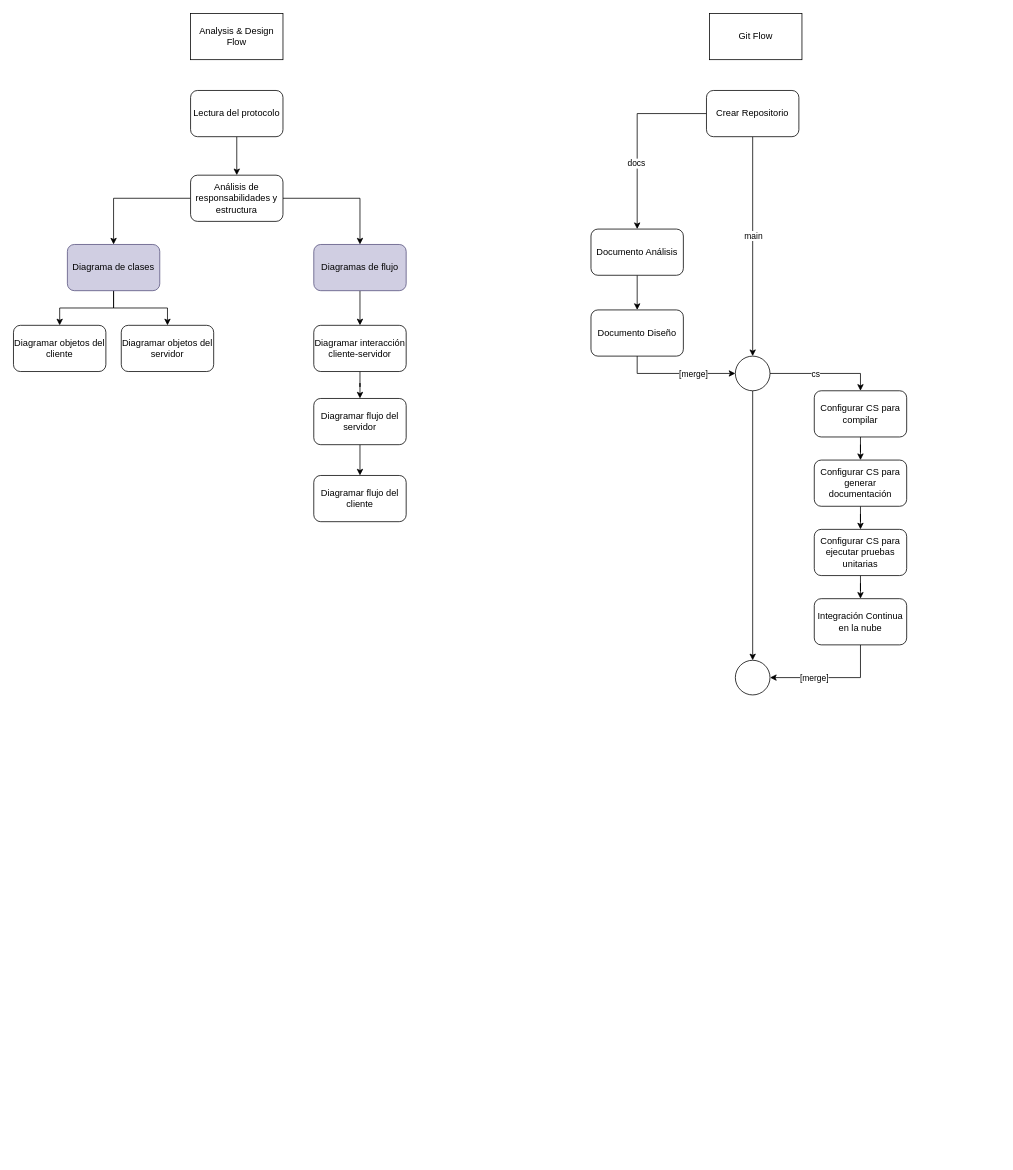
The draw.io diagram Docs/work_flow.drawio in Brayiux/FC_MYP_Proyecto1, before the edit. Source tidied: cells renumbered, new cells numbered last; positions are measured from the earlier drawing's top-left corner, leaving out a move shared by most shapes. Both pictures are drawn from the tidied source at 77%, with x=0, y=0 at pixel (13, 13).
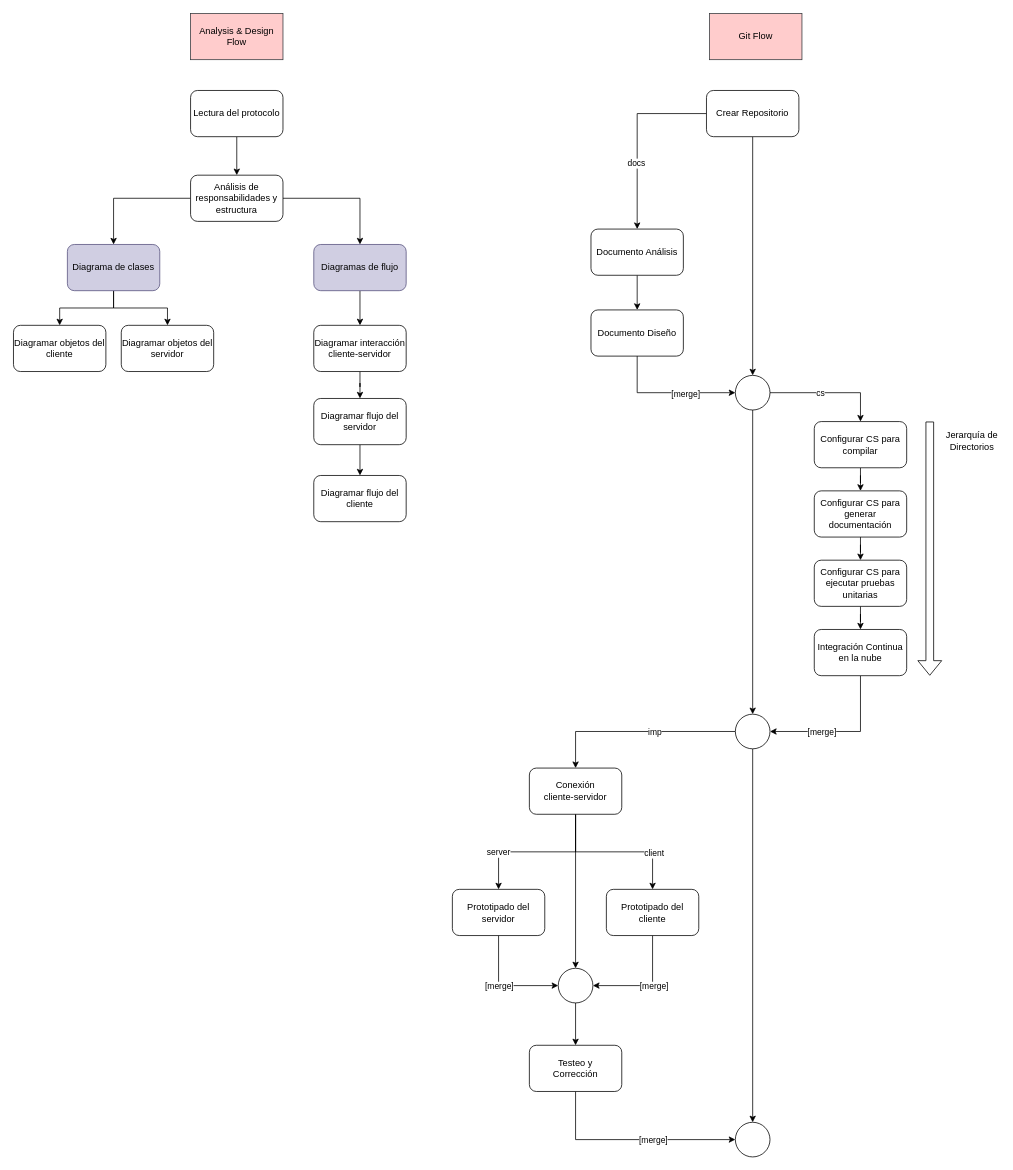
The same page after the edit.

Commit message:
Actualizar flujo de git

Unchanged cells that the change refers to:
```xml
<mxCell id="6" value="Crear Repositorio" style="rounded=1;whiteSpace=wrap;html=1;" parent="1" vertex="1">
  <mxGeometry x="900" y="100" width="120" height="60" as="geometry" />
</mxCell>
<mxCell id="11" value="Documento Diseño" style="rounded=1;whiteSpace=wrap;html=1;" parent="1" vertex="1">
  <mxGeometry x="750" y="385" width="120" height="60" as="geometry" />
</mxCell>
```

What changed in the source:
```diff
@@
-    <mxCell id="2" style="edgeStyle=orthogonalEdgeStyle;rounded=0;jettySize=auto;html=1;entryX=0.5;entryY=0;entryDx=0;entryDy=0;" parent="1" edge="1" source="6" target="15">
-      <mxGeometry relative="1" as="geometry" />
-    </mxCell>
-    <mxCell id="3" value="main" style="edgeLabel;html=1;align=center;verticalAlign=middle;" parent="2" vertex="1">
-      <mxGeometry x="-0.1" relative="1" as="geometry" />
-    </mxCell>
@@
+    <mxCell id="2" style="edgeStyle=orthogonalEdgeStyle;rounded=0;jettySize=auto;html=1;" parent="1" edge="1" source="6" target="15">
+      <mxGeometry relative="1" as="geometry" />
+    </mxCell>
@@
-    <mxCell id="9" style="edgeStyle=orthogonalEdgeStyle;rounded=0;jettySize=auto;html=1;entryX=0;entryY=0.5;entryDx=0;entryDy=0;exitX=0.5;exitY=1;exitDx=0;exitDy=0;" parent="1" edge="1" source="11" target="15">
+    <mxCell id="9" style="edgeStyle=orthogonalEdgeStyle;rounded=0;jettySize=auto;html=1;exitX=0.5;exitY=1;exitDx=0;exitDy=0;entryX=0;entryY=0.5;entryDx=0;entryDy=0;" parent="1" edge="1" source="11" target="15">
       <mxGeometry relative="1" as="geometry" />
     </mxCell>
@@
-    <mxCell id="12" style="edgeStyle=orthogonalEdgeStyle;rounded=0;jettySize=auto;html=1;entryX=0.5;entryY=0;entryDx=0;entryDy=0;" parent="1" edge="1" source="15" target="17">
+    <mxCell id="12" style="edgeStyle=orthogonalEdgeStyle;rounded=0;jettySize=auto;html=1;entryX=0.5;entryY=0;entryDx=0;entryDy=0;exitX=1;exitY=0.5;exitDx=0;exitDy=0;" parent="1" edge="1" source="15" target="17">
       <mxGeometry relative="1" as="geometry" />
     </mxCell>
@@
     <mxCell id="15" style="ellipse;whiteSpace=wrap;html=1;" parent="1" vertex="1">
-      <mxGeometry x="937.5" y="445" width="45" height="45" as="geometry" />
+      <mxGeometry x="937.5" y="470" width="45" height="45" as="geometry" />
     </mxCell>
@@
     <mxCell id="17" value="Configurar CS para compilar" style="rounded=1;whiteSpace=wrap;html=1;" parent="1" vertex="1">
-      <mxGeometry x="1040" y="490" width="120" height="60" as="geometry" />
+      <mxGeometry x="1040" y="530" width="120" height="60" as="geometry" />
     </mxCell>
@@
     <mxCell id="19" value="Configurar CS para generar documentación" style="rounded=1;whiteSpace=wrap;html=1;" parent="1" vertex="1">
-      <mxGeometry x="1040" y="580" width="120" height="60" as="geometry" />
+      <mxGeometry x="1040" y="620" width="120" height="60" as="geometry" />
     </mxCell>
@@
     <mxCell id="21" value="Configurar CS para ejecutar pruebas unitarias" style="rounded=1;whiteSpace=wrap;html=1;" parent="1" vertex="1">
-      <mxGeometry x="1040" y="670" width="120" height="60" as="geometry" />
+      <mxGeometry x="1040" y="710" width="120" height="60" as="geometry" />
     </mxCell>
@@
     <mxCell id="24" value="Integración Continua en la nube" style="whiteSpace=wrap;html=1;rounded=1;" parent="1" vertex="1">
-      <mxGeometry x="1040" y="760" width="120" height="60" as="geometry" />
+      <mxGeometry x="1040" y="800" width="120" height="60" as="geometry" />
     </mxCell>
+    <mxCell id="45" style="edgeStyle=orthogonalEdgeStyle;rounded=0;jettySize=auto;html=1;entryX=0.5;entryY=0;entryDx=0;entryDy=0;" parent="1" edge="1" source="25" target="61">
+      <mxGeometry relative="1" as="geometry" />
+    </mxCell>
+    <mxCell id="46" value="imp" style="edgeLabel;html=1;align=center;verticalAlign=middle;" parent="45" vertex="1">
+      <mxGeometry x="-0.18" relative="1" as="geometry" />
+    </mxCell>
+    <mxCell id="47" style="edgeStyle=orthogonalEdgeStyle;rounded=0;jettySize=auto;html=1;entryX=0.5;entryY=0;entryDx=0;entryDy=0;" parent="1" edge="1" source="25" target="67">
+      <mxGeometry relative="1" as="geometry" />
+    </mxCell>
     <mxCell id="25" style="ellipse;whiteSpace=wrap;html=1;" parent="1" vertex="1">
-      <mxGeometry x="937.5" y="840" width="45" height="45" as="geometry" />
+      <mxGeometry x="937.5" y="910" width="45" height="45" as="geometry" />
     </mxCell>
-    <mxCell id="26" value="Git Flow" style="rounded=0;whiteSpace=wrap;html=1;" parent="1" vertex="1">
+    <mxCell id="26" value="Git Flow" style="rounded=0;whiteSpace=wrap;html=1;fillColor=#ffcccc;strokeColor=#36393d;" parent="1" vertex="1">
       <mxGeometry x="904" width="120" height="60" as="geometry" />
     </mxCell>
-    <mxCell id="27" value="Analysis &amp;amp; Design Flow" style="rounded=0;whiteSpace=wrap;html=1;" parent="1" vertex="1">
+    <mxCell id="27" value="Analysis &amp;amp; Design Flow" style="rounded=0;whiteSpace=wrap;html=1;fillColor=#ffcccc;strokeColor=#36393d;" parent="1" vertex="1">
       <mxGeometry x="230" width="120" height="60" as="geometry" />
     </mxCell>
@@
+    <mxCell id="48" style="edgeStyle=orthogonalEdgeStyle;rounded=0;jettySize=auto;html=1;entryX=1;entryY=0.5;entryDx=0;entryDy=0;exitX=0.5;exitY=1;exitDx=0;exitDy=0;" parent="1" edge="1" source="50" target="63">
+      <mxGeometry relative="1" as="geometry" />
+    </mxCell>
+    <mxCell id="49" value="[merge]" style="edgeLabel;html=1;align=center;verticalAlign=middle;" parent="48" vertex="1">
+      <mxGeometry x="-0.09" y="1" relative="1" as="geometry">
+        <mxPoint x="1" as="offset" />
+      </mxGeometry>
+    </mxCell>
+    <mxCell id="50" value="Prototipado del cliente" style="rounded=1;whiteSpace=wrap;html=1;" parent="1" vertex="1">
+      <mxGeometry x="770" y="1137.5" width="120" height="60" as="geometry" />
+    </mxCell>
+    <mxCell id="51" style="edgeStyle=orthogonalEdgeStyle;rounded=0;jettySize=auto;html=1;entryX=0;entryY=0.5;entryDx=0;entryDy=0;exitX=0.5;exitY=1;exitDx=0;exitDy=0;" parent="1" edge="1" source="53" target="63">
+      <mxGeometry relative="1" as="geometry" />
+    </mxCell>
+    <mxCell id="52" value="[merge]" style="edgeLabel;html=1;align=center;verticalAlign=middle;" parent="51" vertex="1">
+      <mxGeometry x="-0.09" y="-1" relative="1" as="geometry" />
+    </mxCell>
+    <mxCell id="53" value="Prototipado del servidor" style="rounded=1;whiteSpace=wrap;html=1;" parent="1" vertex="1">
+      <mxGeometry x="570" y="1137.5" width="120" height="60" as="geometry" />
+    </mxCell>
+    <mxCell id="54" style="shape=flexArrow;endArrow=classic;html=1;rounded=0;" parent="1" edge="1">
+      <mxGeometry relative="1" as="geometry">
+        <mxPoint x="1190" y="530" as="sourcePoint" />
+        <mxPoint x="1190" y="860" as="targetPoint" />
+      </mxGeometry>
+    </mxCell>
+    <mxCell id="55" value="Jerarquía de Directorios" style="text;html=1;whiteSpace=wrap;strokeColor=none;fillColor=none;align=center;verticalAlign=middle;rounded=0;" parent="1" vertex="1">
+      <mxGeometry x="1210" y="540" width="70" height="30" as="geometry" />
+    </mxCell>
+    <mxCell id="56" style="edgeStyle=orthogonalEdgeStyle;rounded=0;jettySize=auto;html=1;entryX=0.5;entryY=0;entryDx=0;entryDy=0;exitX=0.5;exitY=1;exitDx=0;exitDy=0;" parent="1" edge="1" source="61" target="53">
+      <mxGeometry relative="1" as="geometry" />
+    </mxCell>
+    <mxCell id="57" value="server" style="edgeLabel;html=1;align=center;verticalAlign=middle;" parent="56" vertex="1">
+      <mxGeometry x="0.51" y="-1" relative="1" as="geometry" />
+    </mxCell>
+    <mxCell id="58" style="edgeStyle=orthogonalEdgeStyle;rounded=0;jettySize=auto;html=1;entryX=0.5;entryY=0;entryDx=0;entryDy=0;exitX=0.5;exitY=1;exitDx=0;exitDy=0;" parent="1" edge="1" source="61" target="50">
+      <mxGeometry relative="1" as="geometry" />
+    </mxCell>
+    <mxCell id="59" value="client" style="edgeLabel;html=1;align=center;verticalAlign=middle;" parent="58" vertex="1">
+      <mxGeometry x="0.52" y="1" relative="1" as="geometry" />
+    </mxCell>
+    <mxCell id="60" style="edgeStyle=orthogonalEdgeStyle;rounded=0;jettySize=auto;html=1;entryX=0.5;entryY=0;entryDx=0;entryDy=0;" parent="1" edge="1" source="61" target="63">
+      <mxGeometry relative="1" as="geometry" />
+    </mxCell>
+    <mxCell id="61" value="Conexión&lt;div&gt;cliente-servidor&lt;/div&gt;" style="rounded=1;whiteSpace=wrap;html=1;" parent="1" vertex="1">
+      <mxGeometry x="670" y="980" width="120" height="60" as="geometry" />
+    </mxCell>
+    <mxCell id="62" style="edgeStyle=orthogonalEdgeStyle;rounded=0;jettySize=auto;html=1;" parent="1" edge="1" source="63" target="66">
+      <mxGeometry relative="1" as="geometry" />
+    </mxCell>
+    <mxCell id="63" style="ellipse;whiteSpace=wrap;html=1;" parent="1" vertex="1">
+      <mxGeometry x="707.5" y="1240" width="45" height="45" as="geometry" />
+    </mxCell>
+    <mxCell id="64" style="edgeStyle=orthogonalEdgeStyle;rounded=0;jettySize=auto;html=1;entryX=0;entryY=0.5;entryDx=0;entryDy=0;exitX=0.5;exitY=1;exitDx=0;exitDy=0;" parent="1" edge="1" source="66" target="67">
+      <mxGeometry relative="1" as="geometry" />
+    </mxCell>
+    <mxCell id="65" value="[merge]" style="edgeLabel;html=1;align=center;verticalAlign=middle;" parent="64" vertex="1">
+      <mxGeometry x="0.21" relative="1" as="geometry" />
+    </mxCell>
+    <mxCell id="66" value="Testeo y&lt;div&gt;Corrección&lt;/div&gt;" style="rounded=1;whiteSpace=wrap;html=1;" parent="1" vertex="1">
+      <mxGeometry x="670" y="1340" width="120" height="60" as="geometry" />
+    </mxCell>
+    <mxCell id="67" style="ellipse;whiteSpace=wrap;html=1;" parent="1" vertex="1">
+      <mxGeometry x="937.5" y="1440" width="45" height="45" as="geometry" />
+    </mxCell>
```
